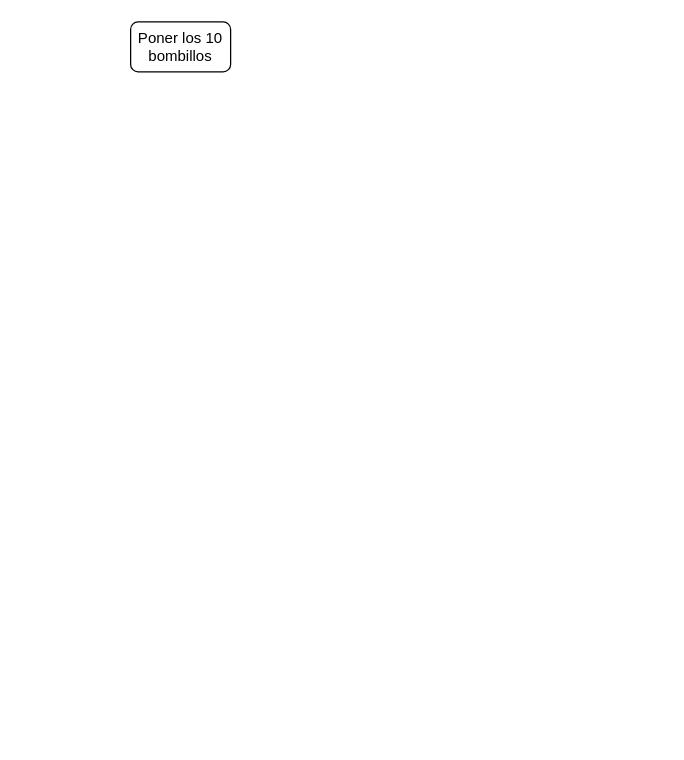
This is Untitled Diagram.drawio from JacksonAndres/Electiva-4, a draw.io file, before an edit. Source tidied: cells renumbered, new cells numbered last; positions are measured from the earlier drawing's top-left corner, leaving out a move shared by most shapes. Both pictures are drawn from the tidied source at 125%, with x=0, y=0 at pixel (130, 21).
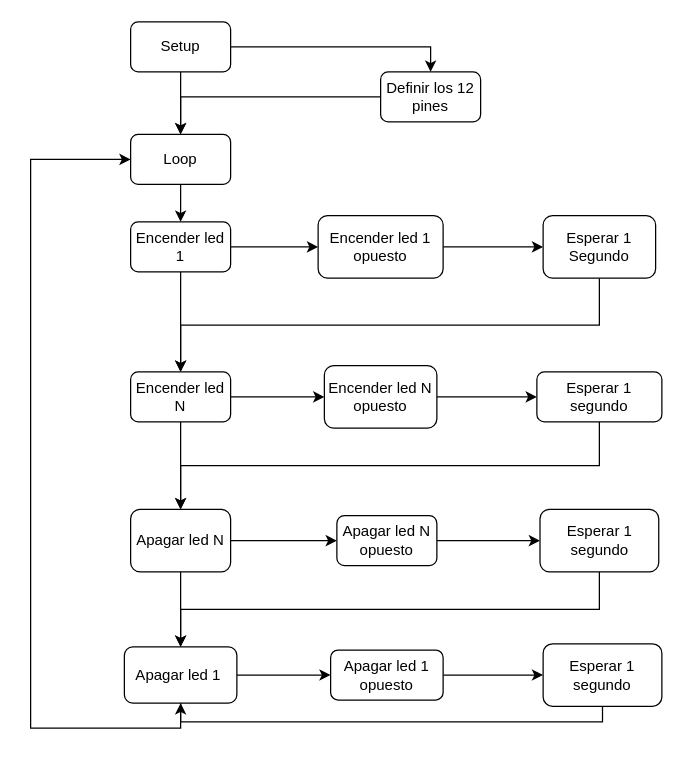
Above is the later version.

The edit, as a diff of the source:
```diff
@@
+    <mxCell id="3" style="edgeStyle=orthogonalEdgeStyle;rounded=0;jettySize=auto;html=1;entryX=0.5;entryY=0;entryDx=0;entryDy=0;" parent="1" edge="1" source="2" target="6">
+      <mxGeometry relative="1" as="geometry" />
+    </mxCell>
+    <mxCell id="4" style="edgeStyle=orthogonalEdgeStyle;rounded=0;jettySize=auto;html=1;exitX=0.5;exitY=1;exitDx=0;exitDy=0;entryX=0.5;entryY=0;entryDx=0;entryDy=0;" parent="1" edge="1" source="2" target="8">
+      <mxGeometry relative="1" as="geometry" />
+    </mxCell>
-    <mxCell id="2" value="Poner los 10 bombillos" style="rounded=1;whiteSpace=wrap;html=1;" parent="1" vertex="1">
+    <mxCell id="2" value="Setup" style="rounded=1;whiteSpace=wrap;html=1;" parent="1" vertex="1">
       <mxGeometry width="80" height="40" as="geometry" />
     </mxCell>
+    <mxCell id="5" style="edgeStyle=orthogonalEdgeStyle;rounded=0;jettySize=auto;html=1;exitX=0;exitY=0.5;exitDx=0;exitDy=0;" parent="1" edge="1" source="6" target="8">
+      <mxGeometry relative="1" as="geometry" />
+    </mxCell>
+    <mxCell id="6" value="Definir los 12 pines" style="rounded=1;whiteSpace=wrap;html=1;" parent="1" vertex="1">
+      <mxGeometry x="200" y="40" width="80" height="40" as="geometry" />
+    </mxCell>
+    <mxCell id="7" style="edgeStyle=orthogonalEdgeStyle;rounded=0;jettySize=auto;html=1;" parent="1" edge="1" source="8" target="11">
+      <mxGeometry relative="1" as="geometry" />
+    </mxCell>
+    <mxCell id="8" value="Loop" style="rounded=1;whiteSpace=wrap;html=1;" parent="1" vertex="1">
+      <mxGeometry y="90" width="80" height="40" as="geometry" />
+    </mxCell>
+    <mxCell id="9" style="edgeStyle=orthogonalEdgeStyle;rounded=0;jettySize=auto;html=1;" parent="1" edge="1" source="11" target="13">
+      <mxGeometry relative="1" as="geometry" />
+    </mxCell>
+    <mxCell id="10" style="edgeStyle=orthogonalEdgeStyle;rounded=0;jettySize=auto;html=1;exitX=0.5;exitY=1;exitDx=0;exitDy=0;" parent="1" edge="1" source="11" target="18">
+      <mxGeometry relative="1" as="geometry" />
+    </mxCell>
+    <mxCell id="11" value="Encender led 1" style="whiteSpace=wrap;html=1;rounded=1;" parent="1" vertex="1">
+      <mxGeometry y="160" width="80" height="40" as="geometry" />
+    </mxCell>
+    <mxCell id="12" style="edgeStyle=orthogonalEdgeStyle;rounded=0;jettySize=auto;html=1;" parent="1" edge="1" source="13" target="15">
+      <mxGeometry relative="1" as="geometry" />
+    </mxCell>
+    <mxCell id="13" value="Encender led 1 opuesto" style="whiteSpace=wrap;html=1;rounded=1;" parent="1" vertex="1">
+      <mxGeometry x="150" y="155" width="100" height="50" as="geometry" />
+    </mxCell>
+    <mxCell id="14" style="edgeStyle=orthogonalEdgeStyle;rounded=0;jettySize=auto;html=1;exitX=0.5;exitY=1;exitDx=0;exitDy=0;" parent="1" edge="1" source="15" target="18">
+      <mxGeometry relative="1" as="geometry" />
+    </mxCell>
+    <mxCell id="15" value="Esperar 1 Segundo" style="whiteSpace=wrap;html=1;rounded=1;" parent="1" vertex="1">
+      <mxGeometry x="330" y="155" width="90" height="50" as="geometry" />
+    </mxCell>
+    <mxCell id="16" style="edgeStyle=orthogonalEdgeStyle;rounded=0;jettySize=auto;html=1;exitX=1;exitY=0.5;exitDx=0;exitDy=0;" parent="1" edge="1" source="18" target="20">
+      <mxGeometry relative="1" as="geometry" />
+    </mxCell>
+    <mxCell id="17" style="edgeStyle=orthogonalEdgeStyle;rounded=0;jettySize=auto;html=1;exitX=0.5;exitY=1;exitDx=0;exitDy=0;" parent="1" edge="1" source="18" target="25">
+      <mxGeometry relative="1" as="geometry" />
+    </mxCell>
+    <mxCell id="18" value="Encender led N" style="rounded=1;whiteSpace=wrap;html=1;" parent="1" vertex="1">
+      <mxGeometry y="280" width="80" height="40" as="geometry" />
+    </mxCell>
+    <mxCell id="19" style="edgeStyle=orthogonalEdgeStyle;rounded=0;jettySize=auto;html=1;exitX=1;exitY=0.5;exitDx=0;exitDy=0;entryX=0;entryY=0.5;entryDx=0;entryDy=0;" parent="1" edge="1" source="20" target="22">
+      <mxGeometry relative="1" as="geometry" />
+    </mxCell>
+    <mxCell id="20" value="Encender led N&lt;br&gt;opuesto" style="rounded=1;whiteSpace=wrap;html=1;" parent="1" vertex="1">
+      <mxGeometry x="155" y="275" width="90" height="50" as="geometry" />
+    </mxCell>
+    <mxCell id="21" style="edgeStyle=orthogonalEdgeStyle;rounded=0;jettySize=auto;html=1;exitX=0.5;exitY=1;exitDx=0;exitDy=0;" parent="1" edge="1" source="22" target="25">
+      <mxGeometry relative="1" as="geometry" />
+    </mxCell>
+    <mxCell id="22" value="Esperar 1 segundo" style="rounded=1;whiteSpace=wrap;html=1;" parent="1" vertex="1">
+      <mxGeometry x="325" y="280" width="100" height="40" as="geometry" />
+    </mxCell>
+    <mxCell id="23" style="edgeStyle=orthogonalEdgeStyle;rounded=0;jettySize=auto;html=1;exitX=1;exitY=0.5;exitDx=0;exitDy=0;entryX=0;entryY=0.5;entryDx=0;entryDy=0;" parent="1" edge="1" source="25" target="27">
+      <mxGeometry relative="1" as="geometry" />
+    </mxCell>
+    <mxCell id="24" style="edgeStyle=orthogonalEdgeStyle;rounded=0;jettySize=auto;html=1;exitX=0.5;exitY=1;exitDx=0;exitDy=0;entryX=0.5;entryY=0;entryDx=0;entryDy=0;" parent="1" edge="1" source="25" target="32">
+      <mxGeometry relative="1" as="geometry" />
+    </mxCell>
+    <mxCell id="25" value="Apagar led N" style="rounded=1;whiteSpace=wrap;html=1;" parent="1" vertex="1">
+      <mxGeometry y="390" width="80" height="50" as="geometry" />
+    </mxCell>
+    <mxCell id="26" style="edgeStyle=orthogonalEdgeStyle;rounded=0;jettySize=auto;html=1;exitX=1;exitY=0.5;exitDx=0;exitDy=0;" parent="1" edge="1" source="27" target="29">
+      <mxGeometry relative="1" as="geometry" />
+    </mxCell>
+    <mxCell id="27" value="Apagar led N opuesto" style="rounded=1;whiteSpace=wrap;html=1;" parent="1" vertex="1">
+      <mxGeometry x="165" y="395" width="80" height="40" as="geometry" />
+    </mxCell>
+    <mxCell id="28" style="edgeStyle=orthogonalEdgeStyle;rounded=0;jettySize=auto;html=1;exitX=0.5;exitY=1;exitDx=0;exitDy=0;" parent="1" edge="1" source="29" target="32">
+      <mxGeometry relative="1" as="geometry" />
+    </mxCell>
+    <mxCell id="29" value="Esperar 1 segundo" style="rounded=1;whiteSpace=wrap;html=1;" parent="1" vertex="1">
+      <mxGeometry x="327.5" y="390" width="95" height="50" as="geometry" />
+    </mxCell>
+    <mxCell id="30" style="edgeStyle=orthogonalEdgeStyle;rounded=0;jettySize=auto;html=1;exitX=1;exitY=0.5;exitDx=0;exitDy=0;" parent="1" edge="1" source="32" target="34">
+      <mxGeometry relative="1" as="geometry" />
+    </mxCell>
+    <mxCell id="31" style="edgeStyle=orthogonalEdgeStyle;rounded=0;jettySize=auto;html=1;exitX=0.5;exitY=1;exitDx=0;exitDy=0;entryX=0;entryY=0.5;entryDx=0;entryDy=0;" parent="1" edge="1" source="32" target="8">
+      <mxGeometry relative="1" as="geometry">
+        <Array as="points">
+          <mxPoint x="40" y="565" />
+          <mxPoint x="-80" y="565" />
+          <mxPoint x="-80" y="110" />
+        </Array>
+      </mxGeometry>
+    </mxCell>
+    <mxCell id="32" value="Apagar led 1&amp;nbsp;" style="rounded=1;whiteSpace=wrap;html=1;" parent="1" vertex="1">
+      <mxGeometry x="-5" y="500" width="90" height="45" as="geometry" />
+    </mxCell>
+    <mxCell id="33" style="edgeStyle=orthogonalEdgeStyle;rounded=0;jettySize=auto;html=1;exitX=1;exitY=0.5;exitDx=0;exitDy=0;entryX=0;entryY=0.5;entryDx=0;entryDy=0;" parent="1" edge="1" source="34" target="36">
+      <mxGeometry relative="1" as="geometry" />
+    </mxCell>
+    <mxCell id="34" value="Apagar led 1 opuesto" style="rounded=1;whiteSpace=wrap;html=1;" parent="1" vertex="1">
+      <mxGeometry x="160" y="502.5" width="90" height="40" as="geometry" />
+    </mxCell>
+    <mxCell id="35" style="edgeStyle=orthogonalEdgeStyle;rounded=0;jettySize=auto;html=1;exitX=0.5;exitY=1;exitDx=0;exitDy=0;entryX=0.5;entryY=1;entryDx=0;entryDy=0;" parent="1" edge="1" source="36" target="32">
+      <mxGeometry relative="1" as="geometry">
+        <Array as="points">
+          <mxPoint x="378" y="560" />
+          <mxPoint x="40" y="560" />
+        </Array>
+      </mxGeometry>
+    </mxCell>
+    <mxCell id="36" value="Esperar 1 segundo" style="rounded=1;whiteSpace=wrap;html=1;" parent="1" vertex="1">
+      <mxGeometry x="330" y="497.5" width="95" height="50" as="geometry" />
+    </mxCell>
```
